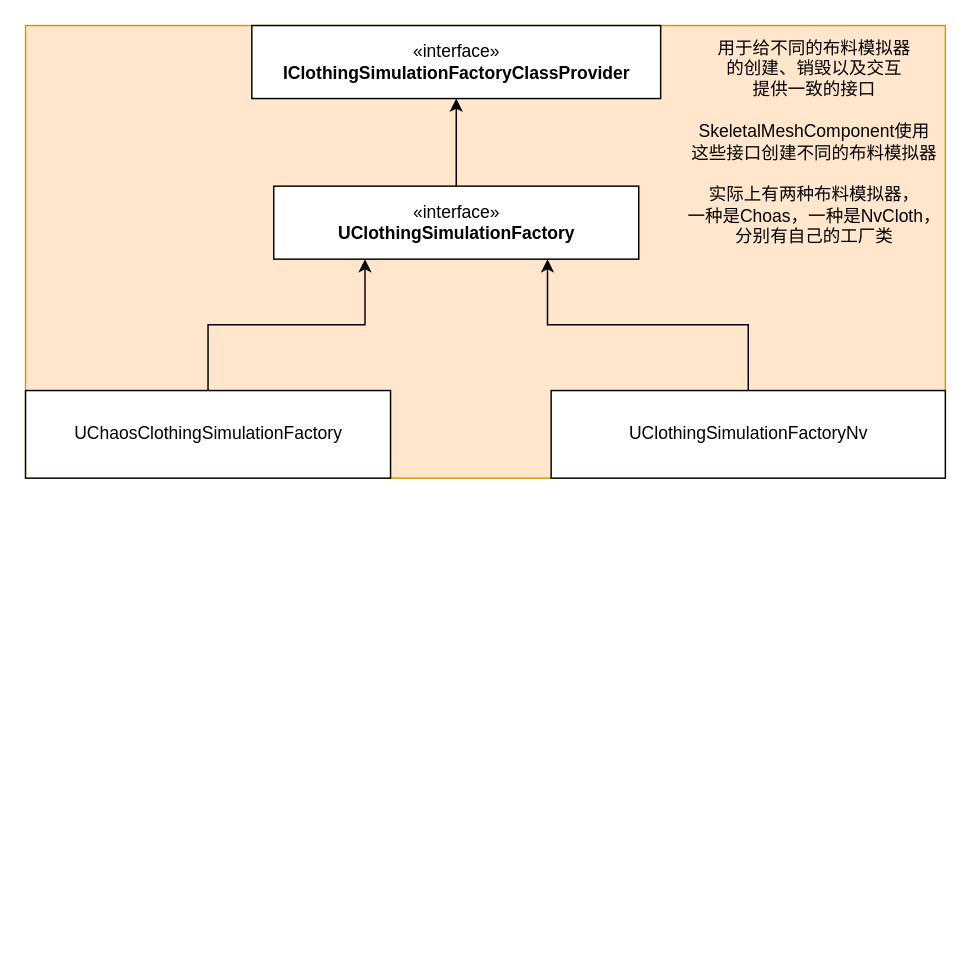
Before: ChaosCloth.drawio in wxhaooo/UE4-Beginner-Guide, a draw.io diagram. Source tidied: cells renumbered, new cells numbered last; positions are measured from the earlier drawing's top-left corner, leaving out a move shared by most shapes. Both pictures are drawn from the tidied source at 146%, with x=0, y=0 at pixel (25, 25).
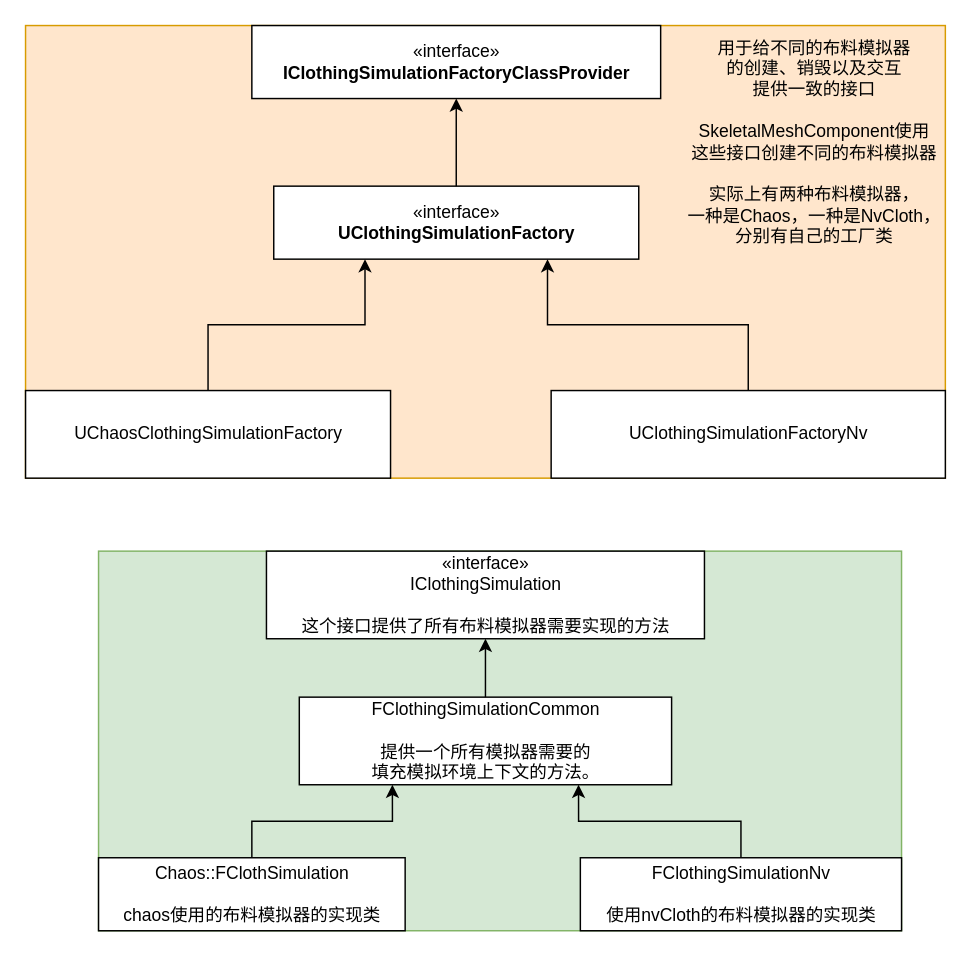
The same diagram, later.

What changed in the source:
```diff
@@
 <mxGraphModel>
   <root>
     <mxCell id="0" />
     <mxCell id="1" parent="0" />
     <mxCell id="2" style="group;fillColor=#ffe6cc;strokeColor=#d79b00;" parent="1" vertex="1">
       <mxGeometry width="630" height="310" as="geometry" />
     </mxCell>
     <mxCell id="3" value="«interface»&lt;br&gt;&lt;b&gt;UClothingSimulationFactory&lt;/b&gt;" style="html=1;" parent="2" vertex="1">
       <mxGeometry x="170" y="110" width="250" height="50" as="geometry" />
     </mxCell>
     <mxCell id="4" value="«interface»&lt;br&gt;&lt;b&gt;IClothingSimulationFactoryClassProvider&lt;/b&gt;" style="html=1;" parent="2" vertex="1">
       <mxGeometry x="155" width="280" height="50" as="geometry" />
     </mxCell>
     <mxCell id="5" style="edgeStyle=orthogonalEdgeStyle;rounded=0;jettySize=auto;html=1;exitX=0.5;exitY=0;exitDx=0;exitDy=0;entryX=0.5;entryY=1;entryDx=0;entryDy=0;" parent="2" edge="1" source="3" target="4">
       <mxGeometry relative="1" as="geometry" />
     </mxCell>
     <mxCell id="6" style="edgeStyle=orthogonalEdgeStyle;rounded=0;jettySize=auto;html=1;exitX=0.5;exitY=0;exitDx=0;exitDy=0;entryX=0.25;entryY=1;entryDx=0;entryDy=0;" parent="2" edge="1" source="7" target="3">
       <mxGeometry relative="1" as="geometry" />
     </mxCell>
     <mxCell id="7" value="UChaosClothingSimulationFactory" style="html=1;" parent="2" vertex="1">
       <mxGeometry y="250" width="250" height="60" as="geometry" />
     </mxCell>
     <mxCell id="8" style="edgeStyle=orthogonalEdgeStyle;rounded=0;jettySize=auto;html=1;entryX=0.75;entryY=1;entryDx=0;entryDy=0;" parent="2" edge="1" source="9" target="3">
       <mxGeometry relative="1" as="geometry" />
     </mxCell>
     <mxCell id="9" value="UClothingSimulationFactoryNv" style="html=1;" parent="2" vertex="1">
       <mxGeometry x="360" y="250" width="270" height="60" as="geometry" />
     </mxCell>
-    <mxCell id="10" value="用于给不同的布料模拟器&lt;br&gt;的创建、销毁以及交互&lt;br&gt;提供一致的接口&lt;br&gt;&lt;br&gt;SkeletalMeshComponent使用&lt;br&gt;这些接口创建不同的布料模拟器&lt;br&gt;&lt;br&gt;实际上有两种布料模拟器，&lt;br&gt;一种是Choas，一种是NvCloth，&lt;br&gt;分别有自己的工厂类" style="text;html=1;align=center;verticalAlign=middle;strokeColor=none;fillColor=none;" parent="1" vertex="1">
+    <mxCell id="10" value="用于给不同的布料模拟器&lt;br&gt;的创建、销毁以及交互&lt;br&gt;提供一致的接口&lt;br&gt;&lt;br&gt;SkeletalMeshComponent使用&lt;br&gt;这些接口创建不同的布料模拟器&lt;br&gt;&lt;br&gt;实际上有两种布料模拟器，&lt;br&gt;一种是Chaos，一种是NvCloth，&lt;br&gt;分别有自己的工厂类" style="text;html=1;align=center;verticalAlign=middle;strokeColor=none;fillColor=none;" parent="1" vertex="1">
       <mxGeometry x="445" y="5" width="190" height="150" as="geometry" />
     </mxCell>
+    <mxCell id="11" style="group;fillColor=#d5e8d4;strokeColor=#82b366;" parent="1" vertex="1">
+      <mxGeometry x="50" y="360" width="550" height="260" as="geometry" />
+    </mxCell>
+    <mxCell id="12" value="FClothingSimulationCommon&lt;br&gt;&lt;br&gt;提供一个所有模拟器需要的&lt;br&gt;填充模拟环境上下文的方法。&lt;br&gt;" style="html=1;" parent="11" vertex="1">
+      <mxGeometry x="137.5" y="100" width="255" height="60" as="geometry" />
+    </mxCell>
+    <mxCell id="13" value="«interface»&lt;br&gt;IClothingSimulation&lt;br&gt;&lt;br&gt;这个接口提供了所有布料模拟器需要实现的方法" style="html=1;" parent="11" vertex="1">
+      <mxGeometry x="115" width="300" height="60" as="geometry" />
+    </mxCell>
+    <mxCell id="14" style="edgeStyle=orthogonalEdgeStyle;rounded=0;jettySize=auto;html=1;entryX=0.5;entryY=1;entryDx=0;entryDy=0;" parent="11" edge="1" source="12" target="13">
+      <mxGeometry relative="1" as="geometry" />
+    </mxCell>
+    <mxCell id="15" style="edgeStyle=orthogonalEdgeStyle;rounded=0;jettySize=auto;html=1;entryX=0.25;entryY=1;entryDx=0;entryDy=0;" parent="11" edge="1" source="16" target="12">
+      <mxGeometry relative="1" as="geometry" />
+    </mxCell>
+    <mxCell id="16" value="Chaos::FClothSimulation&lt;br&gt;&lt;br&gt;chaos使用的布料模拟器的实现类" style="html=1;" parent="11" vertex="1">
+      <mxGeometry y="210" width="210" height="50" as="geometry" />
+    </mxCell>
+    <mxCell id="17" style="edgeStyle=orthogonalEdgeStyle;rounded=0;jettySize=auto;html=1;entryX=0.75;entryY=1;entryDx=0;entryDy=0;" parent="11" edge="1" source="18" target="12">
+      <mxGeometry relative="1" as="geometry" />
+    </mxCell>
+    <mxCell id="18" value="FClothingSimulationNv&lt;br&gt;&lt;br&gt;使用nvCloth的布料模拟器的实现类" style="html=1;" parent="11" vertex="1">
+      <mxGeometry x="330" y="210" width="220" height="50" as="geometry" />
+    </mxCell>
   </root>
 </mxGraphModel>
```
